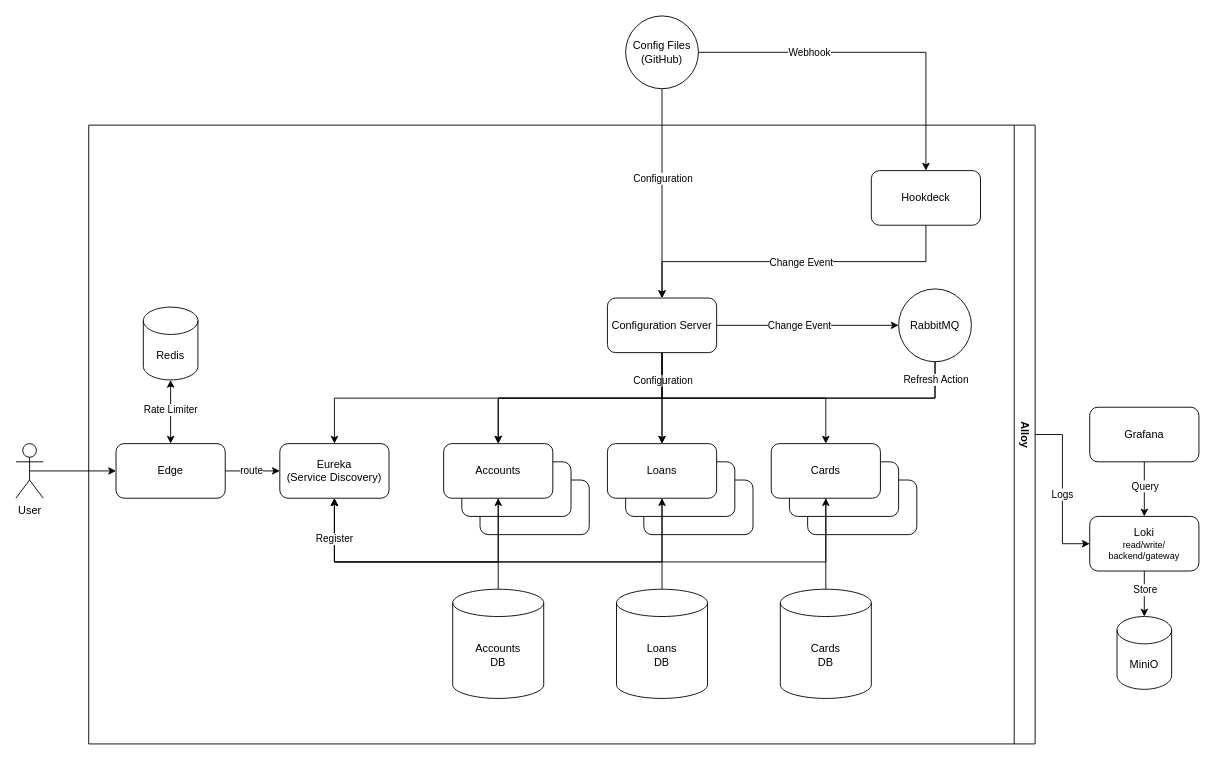
vkondrav/spring-boot keeps this draw.io diagram as spring-microservices/architecture.drawio. Above is the earlier version. Source tidied: cells renumbered, new cells numbered last; positions are measured from the earlier drawing's top-left corner, leaving out a move shared by most shapes. Both pictures are drawn from the tidied source at 91%, with x=0, y=0 at pixel (15, 15).
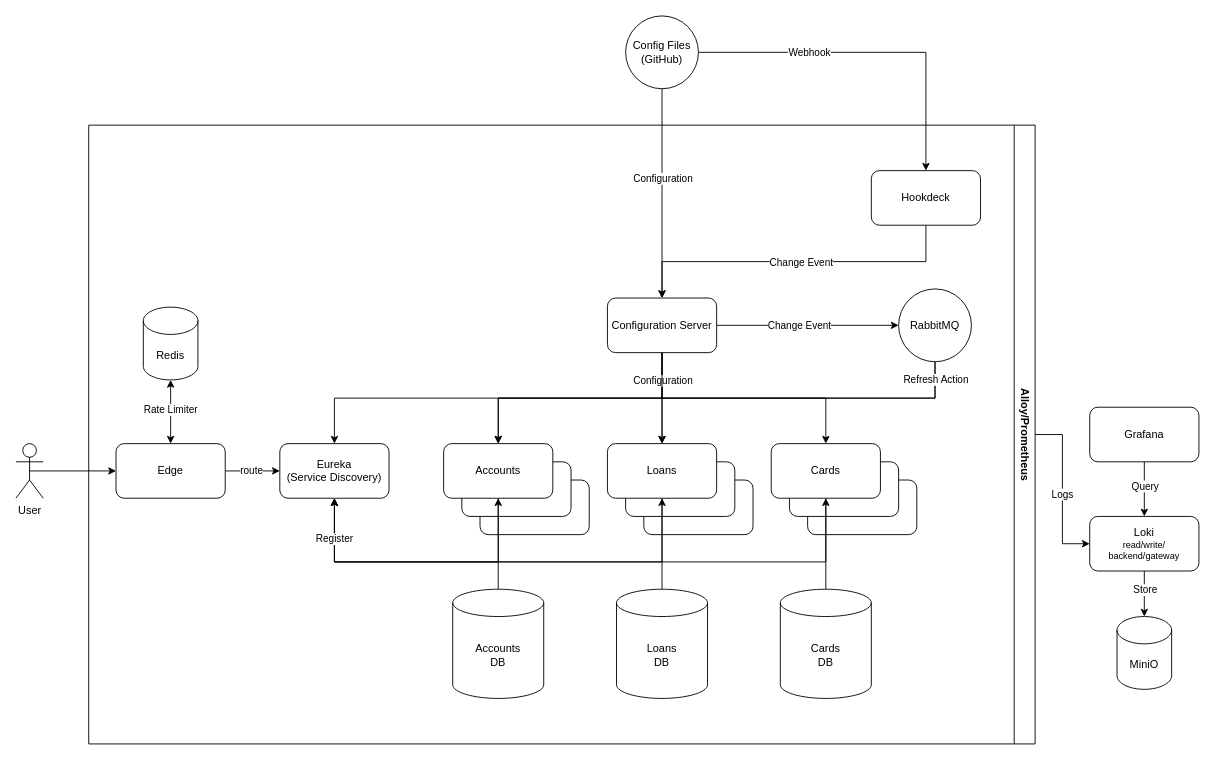
Above is the later version.

What changed in the source:
```diff
@@
-    <mxCell id="59" value="Alloy" style="swimlane;horizontal=0;whiteSpace=wrap;html=1;rotation=-180;" parent="1" vertex="1">
+    <mxCell id="59" value="Alloy/Prometheus" style="swimlane;horizontal=0;whiteSpace=wrap;html=1;rotation=-180;" parent="1" vertex="1">
       <mxGeometry x="80" y="120" width="1040" height="680" as="geometry" />
     </mxCell>
```
